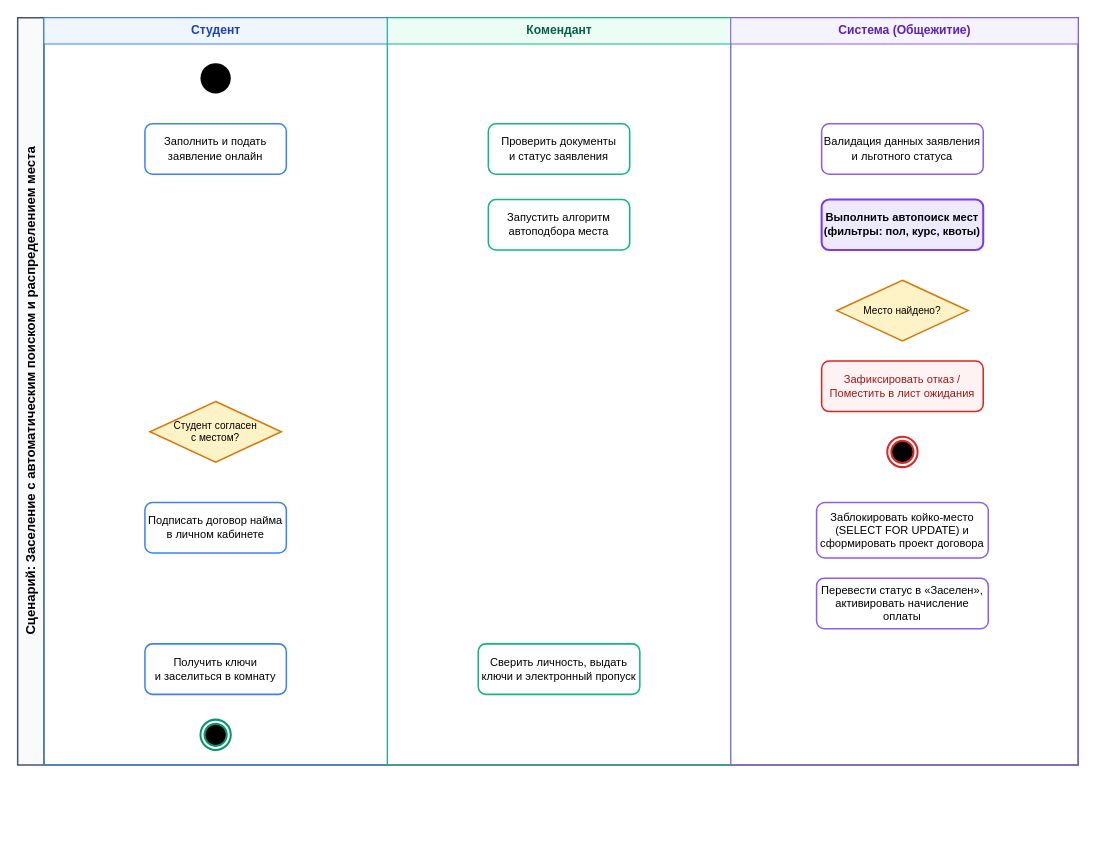
Above: docs/model/activity.drawio in X2X13211/cursovaya (draw.io), before the change. Source tidied: cells renumbered, new cells numbered last; positions are measured from the earlier drawing's top-left corner, leaving out a move shared by most shapes. Both pictures are drawn from the tidied source at 101%, with x=0, y=0 at pixel (17, 17).
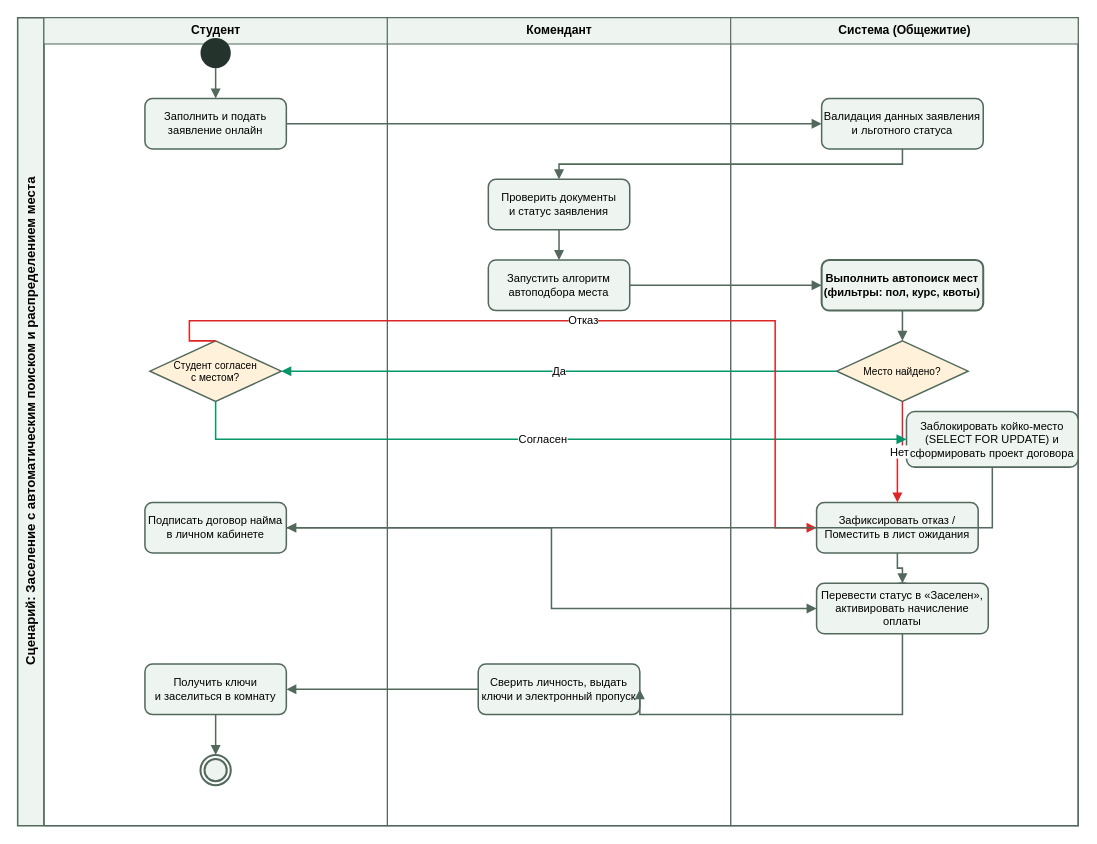
Above is the later version.

The edit, as a diff of the source:
```diff
@@
-    <mxCell id="2" value="Сценарий: Заселение с автоматическим поиском и распределением места" style="swimlane;html=1;startSize=26;horizontal=0;fillColor=#F8FAFC;strokeColor=#475569;strokeWidth=1.5;fontStyle=1;fontSize=13;" parent="1" vertex="1">
-      <mxGeometry width="1050" height="740" as="geometry" />
+    <mxCell id="2" value="Сценарий: Заселение с автоматическим поиском и распределением места" style="swimlane;html=1;startSize=26;horizontal=0;fillColor=#EEF4EF;strokeColor=#52695C;strokeWidth=1.5;fontStyle=1;fontSize=13;fontFamily=Arial;" parent="1" vertex="1">
+      <mxGeometry width="1050" height="800" as="geometry" />
     </mxCell>
-    <mxCell id="3" value="Студент" style="swimlane;html=1;startSize=26;fillColor=#EFF6FF;strokeColor=#3B82F6;strokeWidth=1;fontSize=12;fontStyle=1;fontColor=#1E40AF;" parent="2" vertex="1">
-      <mxGeometry x="26" width="340" height="740" as="geometry" />
+    <mxCell id="3" value="Студент" style="swimlane;html=1;startSize=26;fillColor=#EEF4EF;strokeColor=#52695C;strokeWidth=1;fontSize=12;fontStyle=1;fontColor=#000000;fontFamily=Arial;" parent="2" vertex="1">
+      <mxGeometry x="26" width="340" height="800" as="geometry" />
     </mxCell>
-    <mxCell id="4" value="Комендант" style="swimlane;html=1;startSize=26;fillColor=#ECFDF5;strokeColor=#10B981;strokeWidth=1;fontSize=12;fontStyle=1;fontColor=#065F46;" parent="2" vertex="1">
-      <mxGeometry x="366" width="340" height="740" as="geometry" />
-    </mxCell>
-    <mxCell id="5" value="Система (Общежитие)" style="swimlane;html=1;startSize=26;fillColor=#F5F3FF;strokeColor=#8B5CF6;strokeWidth=1;fontSize=12;fontStyle=1;fontColor=#5B21B6;" parent="2" vertex="1">
-      <mxGeometry x="706" width="344" height="740" as="geometry" />
-    </mxCell>
-    <mxCell id="6" style="ellipse;fillColor=#000000;strokeColor=none;" parent="3" vertex="1">
-      <mxGeometry x="155" y="45" width="30" height="30" as="geometry" />
+    <mxCell id="6" style="ellipse;fillColor=#25332D;strokeColor=none;fontFamily=Arial;" parent="3" vertex="1">
+      <mxGeometry x="155" y="20" width="30" height="30" as="geometry" />
     </mxCell>
-    <mxCell id="7" value="Заполнить и подать&#10;заявление онлайн" style="rounded=1;whiteSpace=wrap;html=1;fillColor=#FFFFFF;strokeColor=#3B82F6;strokeWidth=1.5;fontSize=11;" parent="3" vertex="1">
-      <mxGeometry x="100" y="105" width="140" height="50" as="geometry" />
+    <mxCell id="7" value="Заполнить и подать&#10;заявление онлайн" style="rounded=1;whiteSpace=wrap;html=1;fillColor=#EEF4EF;strokeColor=#52695C;strokeWidth=1.5;fontSize=11;fontFamily=Arial;" parent="3" vertex="1">
+      <mxGeometry x="100" y="80" width="140" height="50" as="geometry" />
     </mxCell>
-    <mxCell id="8" value="Студент согласен&#10;с местом?" style="rhombus;whiteSpace=wrap;html=1;fillColor=#FEF3C7;strokeColor=#D97706;strokeWidth=1.5;fontSize=10;" parent="3" vertex="1">
-      <mxGeometry x="105" y="380" width="130" height="60" as="geometry" />
+    <mxCell id="8" value="Студент согласен&#10;с местом?" style="rhombus;whiteSpace=wrap;html=1;fillColor=#FFF1DA;strokeColor=#52695C;strokeWidth=1.5;fontSize=10;fontFamily=Arial;" parent="3" vertex="1">
+      <mxGeometry x="105" y="320" width="130" height="60" as="geometry" />
     </mxCell>
-    <mxCell id="9" value="Подписать договор найма&#10;в личном кабинете" style="rounded=1;whiteSpace=wrap;html=1;fillColor=#FFFFFF;strokeColor=#3B82F6;strokeWidth=1.5;fontSize=11;" parent="3" vertex="1">
+    <mxCell id="9" value="Подписать договор найма&#10;в личном кабинете" style="rounded=1;whiteSpace=wrap;html=1;fillColor=#EEF4EF;strokeColor=#52695C;strokeWidth=1.5;fontSize=11;fontFamily=Arial;" parent="3" vertex="1">
       <mxGeometry x="100" y="480" width="140" height="50" as="geometry" />
     </mxCell>
-    <mxCell id="10" value="Получить ключи&#10;и заселиться в комнату" style="rounded=1;whiteSpace=wrap;html=1;fillColor=#FFFFFF;strokeColor=#3B82F6;strokeWidth=1.5;fontSize=11;" parent="3" vertex="1">
-      <mxGeometry x="100" y="620" width="140" height="50" as="geometry" />
+    <mxCell id="10" value="Получить ключи&#10;и заселиться в комнату" style="rounded=1;whiteSpace=wrap;html=1;fillColor=#EEF4EF;strokeColor=#52695C;strokeWidth=1.5;fontSize=11;fontFamily=Arial;" parent="3" vertex="1">
+      <mxGeometry x="100" y="640" width="140" height="50" as="geometry" />
     </mxCell>
-    <mxCell id="11" style="ellipse;html=1;shape=endState;fillColor=#000000;strokeColor=#059669;strokeWidth=2;" parent="3" vertex="1">
-      <mxGeometry x="155" y="695" width="30" height="30" as="geometry" />
+    <mxCell id="11" style="ellipse;html=1;shape=endState;fillColor=#EEF4EF;strokeColor=#52695C;strokeWidth=2;fontFamily=Arial;" parent="3" vertex="1">
+      <mxGeometry x="155" y="730" width="30" height="30" as="geometry" />
     </mxCell>
+    <mxCell id="4" value="Комендант" style="swimlane;html=1;startSize=26;fillColor=#EEF4EF;strokeColor=#52695C;strokeWidth=1;fontSize=12;fontStyle=1;fontColor=#000000;fontFamily=Arial;" parent="2" vertex="1">
+      <mxGeometry x="366" width="340" height="800" as="geometry" />
+    </mxCell>
-    <mxCell id="12" value="Проверить документы&#10;и статус заявления" style="rounded=1;whiteSpace=wrap;html=1;fillColor=#FFFFFF;strokeColor=#10B981;strokeWidth=1.5;fontSize=11;" parent="4" vertex="1">
-      <mxGeometry x="100" y="105" width="140" height="50" as="geometry" />
+    <mxCell id="12" value="Проверить документы&#10;и статус заявления" style="rounded=1;whiteSpace=wrap;html=1;fillColor=#EEF4EF;strokeColor=#52695C;strokeWidth=1.5;fontSize=11;fontFamily=Arial;" parent="4" vertex="1">
+      <mxGeometry x="100" y="160" width="140" height="50" as="geometry" />
     </mxCell>
-    <mxCell id="13" value="Запустить алгоритм&#10;автоподбора места" style="rounded=1;whiteSpace=wrap;html=1;fillColor=#FFFFFF;strokeColor=#10B981;strokeWidth=1.5;fontSize=11;" parent="4" vertex="1">
-      <mxGeometry x="100" y="180" width="140" height="50" as="geometry" />
+    <mxCell id="13" value="Запустить алгоритм&#10;автоподбора места" style="rounded=1;whiteSpace=wrap;html=1;fillColor=#EEF4EF;strokeColor=#52695C;strokeWidth=1.5;fontSize=11;fontFamily=Arial;" parent="4" vertex="1">
+      <mxGeometry x="100" y="240" width="140" height="50" as="geometry" />
     </mxCell>
-    <mxCell id="14" value="Сверить личность, выдать&#10;ключи и электронный пропуск" style="rounded=1;whiteSpace=wrap;html=1;fillColor=#FFFFFF;strokeColor=#10B981;strokeWidth=1.5;fontSize=11;" parent="4" vertex="1">
-      <mxGeometry x="90" y="620" width="160" height="50" as="geometry" />
+    <mxCell id="14" value="Сверить личность, выдать&#10;ключи и электронный пропуск" style="rounded=1;whiteSpace=wrap;html=1;fillColor=#EEF4EF;strokeColor=#52695C;strokeWidth=1.5;fontSize=11;fontFamily=Arial;" parent="4" vertex="1">
+      <mxGeometry x="90" y="640" width="160" height="50" as="geometry" />
     </mxCell>
+    <mxCell id="5" value="Система (Общежитие)" style="swimlane;html=1;startSize=26;fillColor=#EEF4EF;strokeColor=#52695C;strokeWidth=1;fontSize=12;fontStyle=1;fontColor=#000000;fontFamily=Arial;" parent="2" vertex="1">
+      <mxGeometry x="706" width="344" height="800" as="geometry" />
+    </mxCell>
-    <mxCell id="15" value="Валидация данных заявления&#10;и льготного статуса" style="rounded=1;whiteSpace=wrap;html=1;fillColor=#FFFFFF;strokeColor=#8B5CF6;strokeWidth=1.5;fontSize=11;" parent="5" vertex="1">
-      <mxGeometry x="90" y="105" width="160" height="50" as="geometry" />
+    <mxCell id="15" value="Валидация данных заявления&#10;и льготного статуса" style="rounded=1;whiteSpace=wrap;html=1;fillColor=#EEF4EF;strokeColor=#52695C;strokeWidth=1.5;fontSize=11;fontFamily=Arial;" parent="5" vertex="1">
+      <mxGeometry x="90" y="80" width="160" height="50" as="geometry" />
     </mxCell>
-    <mxCell id="16" value="Выполнить автопоиск мест&#10;(фильтры: пол, курс, квоты)" style="rounded=1;whiteSpace=wrap;html=1;fillColor=#EDE9FE;strokeColor=#7C3AED;strokeWidth=2;fontSize=11;fontStyle=1;" parent="5" vertex="1">
-      <mxGeometry x="90" y="180" width="160" height="50" as="geometry" />
+    <mxCell id="16" value="Выполнить автопоиск мест&#10;(фильтры: пол, курс, квоты)" style="rounded=1;whiteSpace=wrap;html=1;fillColor=#EEF4EF;strokeColor=#52695C;strokeWidth=2;fontSize=11;fontStyle=1;fontFamily=Arial;" parent="5" vertex="1">
+      <mxGeometry x="90" y="240" width="160" height="50" as="geometry" />
     </mxCell>
-    <mxCell id="17" value="Место найдено?" style="rhombus;whiteSpace=wrap;html=1;fillColor=#FEF3C7;strokeColor=#D97706;strokeWidth=1.5;fontSize=10;" parent="5" vertex="1">
-      <mxGeometry x="105" y="260" width="130" height="60" as="geometry" />
+    <mxCell id="17" value="Место найдено?" style="rhombus;whiteSpace=wrap;html=1;fillColor=#FFF1DA;strokeColor=#52695C;strokeWidth=1.5;fontSize=10;fontFamily=Arial;" parent="5" vertex="1">
+      <mxGeometry x="105" y="320" width="130" height="60" as="geometry" />
     </mxCell>
+    <mxCell id="20" value="Заблокировать койко-место&#10;(SELECT FOR UPDATE) и&#10;сформировать проект договора" style="rounded=1;whiteSpace=wrap;html=1;fillColor=#EEF4EF;strokeColor=#52695C;strokeWidth=1.5;fontSize=11;fontFamily=Arial;" parent="5" vertex="1">
+      <mxGeometry x="174" y="390" width="170" height="55" as="geometry" />
+    </mxCell>
-    <mxCell id="18" value="Зафиксировать отказ /&#10;Поместить в лист ожидания" style="rounded=1;whiteSpace=wrap;html=1;fillColor=#FEF2F2;strokeColor=#DC2626;strokeWidth=1.5;fontSize=11;fontColor=#991B1B;" parent="5" vertex="1">
-      <mxGeometry x="90" y="340" width="160" height="50" as="geometry" />
+    <mxCell id="18" value="Зафиксировать отказ /&#10;Поместить в лист ожидания" style="rounded=1;whiteSpace=wrap;html=1;fillColor=#EEF4EF;strokeColor=#52695C;strokeWidth=1.5;fontSize=11;fontColor=#000000;fontFamily=Arial;" parent="5" vertex="1">
+      <mxGeometry x="85" y="480" width="160" height="50" as="geometry" />
     </mxCell>
-    <mxCell id="19" style="ellipse;html=1;shape=endState;fillColor=#000000;strokeColor=#DC2626;strokeWidth=2;" parent="5" vertex="1">
-      <mxGeometry x="155" y="415" width="30" height="30" as="geometry" />
+    <mxCell id="19" style="ellipse;html=1;shape=endState;fillColor=#EEF4EF;strokeColor=#52695C;strokeWidth=2;fontFamily=Arial;" parent="5" vertex="1">
+      <mxGeometry x="155" y="560" width="30" height="30" as="geometry" />
     </mxCell>
-    <mxCell id="20" value="Заблокировать койко-место&#10;(SELECT FOR UPDATE) и&#10;сформировать проект договора" style="rounded=1;whiteSpace=wrap;html=1;fillColor=#FFFFFF;strokeColor=#8B5CF6;strokeWidth=1.5;fontSize=11;" parent="5" vertex="1">
-      <mxGeometry x="85" y="480" width="170" height="55" as="geometry" />
-    </mxCell>
-    <mxCell id="21" value="Перевести статус в «Заселен»,&#10;активировать начисление оплаты" style="rounded=1;whiteSpace=wrap;html=1;fillColor=#FFFFFF;strokeColor=#8B5CF6;strokeWidth=1.5;fontSize=11;" parent="5" vertex="1">
-      <mxGeometry x="85" y="555" width="170" height="50" as="geometry" />
+    <mxCell id="21" value="Перевести статус в «Заселен»,&#10;активировать начисление оплаты" style="rounded=1;whiteSpace=wrap;html=1;fillColor=#EEF4EF;strokeColor=#52695C;strokeWidth=1.5;fontSize=11;fontFamily=Arial;" parent="5" vertex="1">
+      <mxGeometry x="85" y="560" width="170" height="50" as="geometry" />
     </mxCell>
+    <mxCell id="22" style="edgeStyle=orthogonalEdgeStyle;rounded=0;html=1;endArrow=block;endFill=1;strokeColor=#52695C;strokeWidth=1.5;" parent="2" edge="1" source="6" target="7">
+      <mxGeometry relative="1" as="geometry" />
+    </mxCell>
+    <mxCell id="23" style="edgeStyle=orthogonalEdgeStyle;rounded=0;html=1;endArrow=block;endFill=1;strokeColor=#52695C;strokeWidth=1.5;exitX=1;exitY=0.5;entryX=0;entryY=0.5;" parent="2" edge="1" source="7" target="15">
+      <mxGeometry relative="1" as="geometry" />
+    </mxCell>
+    <mxCell id="24" style="edgeStyle=orthogonalEdgeStyle;rounded=0;html=1;endArrow=block;endFill=1;strokeColor=#52695C;strokeWidth=1.5;exitX=0.5;exitY=1;entryX=0.5;entryY=0;" parent="2" edge="1" source="15" target="12">
+      <mxGeometry relative="1" as="geometry" />
+    </mxCell>
+    <mxCell id="25" style="edgeStyle=orthogonalEdgeStyle;rounded=0;html=1;endArrow=block;endFill=1;strokeColor=#52695C;strokeWidth=1.5;exitX=0.5;exitY=1;entryX=0.5;entryY=0;" parent="2" edge="1" source="12" target="13">
+      <mxGeometry relative="1" as="geometry" />
+    </mxCell>
+    <mxCell id="26" style="edgeStyle=orthogonalEdgeStyle;rounded=0;html=1;endArrow=block;endFill=1;strokeColor=#52695C;strokeWidth=1.5;exitX=1;exitY=0.5;entryX=0;entryY=0.5;" parent="2" edge="1" source="13" target="16">
+      <mxGeometry relative="1" as="geometry" />
+    </mxCell>
+    <mxCell id="27" style="edgeStyle=orthogonalEdgeStyle;rounded=0;html=1;endArrow=block;endFill=1;strokeColor=#52695C;strokeWidth=1.5;exitX=0.5;exitY=1;entryX=0.5;entryY=0;" parent="2" edge="1" source="16" target="17">
+      <mxGeometry relative="1" as="geometry" />
+    </mxCell>
+    <mxCell id="28" value="Да" style="edgeStyle=orthogonalEdgeStyle;rounded=0;html=1;endArrow=block;endFill=1;strokeColor=#059669;strokeWidth=1.5;fontFamily=Arial;fontSize=11;exitX=0;exitY=0.5;entryX=1;entryY=0.5;" parent="2" edge="1" source="17" target="8">
+      <mxGeometry relative="1" as="geometry" />
+    </mxCell>
+    <mxCell id="29" value="Нет" style="edgeStyle=orthogonalEdgeStyle;rounded=0;html=1;endArrow=block;endFill=1;strokeColor=#DC2626;strokeWidth=1.5;fontFamily=Arial;fontSize=11;exitX=0.5;exitY=1;entryX=0.5;entryY=0;" parent="2" edge="1" source="17" target="18">
+      <mxGeometry relative="1" as="geometry" />
+    </mxCell>
+    <mxCell id="30" style="edgeStyle=orthogonalEdgeStyle;rounded=0;html=1;endArrow=block;endFill=1;strokeColor=#52695C;strokeWidth=1.5;exitX=0.5;exitY=1;entryX=0.5;entryY=0;" parent="2" edge="1" source="18" target="19">
+      <mxGeometry relative="1" as="geometry" />
+    </mxCell>
+    <mxCell id="31" value="Согласен" style="edgeStyle=orthogonalEdgeStyle;rounded=0;html=1;endArrow=block;endFill=1;strokeColor=#059669;strokeWidth=1.5;fontFamily=Arial;fontSize=11;exitX=0.5;exitY=1;entryX=0;entryY=0.5;" parent="2" edge="1" source="8" target="20">
+      <mxGeometry relative="1" as="geometry" />
+    </mxCell>
+    <mxCell id="32" value="Отказ" style="edgeStyle=orthogonalEdgeStyle;rounded=0;html=1;endArrow=block;endFill=1;strokeColor=#DC2626;strokeWidth=1.5;fontFamily=Arial;fontSize=11;exitX=0.5;exitY=0;entryX=0;entryY=0.5;" parent="2" edge="1" source="8" target="18">
+      <mxGeometry relative="1" as="geometry">
+        <Array as="points">
+          <mxPoint x="170" y="320" />
+          <mxPoint x="170" y="300" />
+          <mxPoint x="750" y="300" />
+          <mxPoint x="750" y="505" />
+        </Array>
+      </mxGeometry>
+    </mxCell>
+    <mxCell id="33" style="edgeStyle=orthogonalEdgeStyle;rounded=0;html=1;endArrow=block;endFill=1;strokeColor=#52695C;strokeWidth=1.5;exitX=0.5;exitY=1;entryX=1;entryY=0.5;" parent="2" edge="1" source="20" target="9">
+      <mxGeometry relative="1" as="geometry" />
+    </mxCell>
+    <mxCell id="34" style="edgeStyle=orthogonalEdgeStyle;rounded=0;html=1;endArrow=block;endFill=1;strokeColor=#52695C;strokeWidth=1.5;exitX=1;exitY=0.5;entryX=0;entryY=0.5;" parent="2" edge="1" source="9" target="21">
+      <mxGeometry relative="1" as="geometry" />
+    </mxCell>
+    <mxCell id="35" style="edgeStyle=orthogonalEdgeStyle;rounded=0;html=1;endArrow=block;endFill=1;strokeColor=#52695C;strokeWidth=1.5;exitX=0.5;exitY=1;entryX=1;entryY=0.5;" parent="2" edge="1" source="21" target="14">
+      <mxGeometry relative="1" as="geometry">
+        <Array as="points">
+          <mxPoint x="876" y="690" />
+          <mxPoint x="616" y="690" />
+        </Array>
+      </mxGeometry>
+    </mxCell>
+    <mxCell id="36" style="edgeStyle=orthogonalEdgeStyle;rounded=0;html=1;endArrow=block;endFill=1;strokeColor=#52695C;strokeWidth=1.5;exitX=0;exitY=0.5;entryX=1;entryY=0.5;" parent="2" edge="1" source="14" target="10">
+      <mxGeometry relative="1" as="geometry" />
+    </mxCell>
+    <mxCell id="37" style="edgeStyle=orthogonalEdgeStyle;rounded=0;html=1;endArrow=block;endFill=1;strokeColor=#52695C;strokeWidth=1.5;exitX=0.5;exitY=1;entryX=0.5;entryY=0;" parent="2" edge="1" source="10" target="11">
+      <mxGeometry relative="1" as="geometry" />
+    </mxCell>
```
